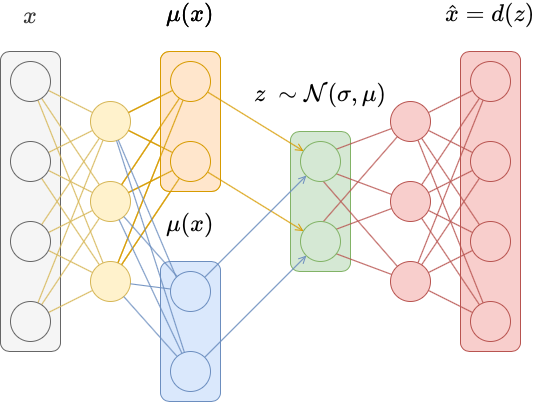
This is assets/vae/variational-autoencoder.png from avandekleut/avandekleut.github.io, a draw.io export, as it was before one commit. Source tidied: cells renumbered, new cells last; positions are measured from the earlier drawing's top-left corner, leaving out a move shared by most shapes. The source it was exported from:
```xml
<mxGraphModel math="1">
  <root>
    <mxCell id="0" />
    <mxCell id="1" parent="0" />
    <mxCell id="2" value="$$z\ \sim \mathcal{N}(\sigma, \mu)$$" style="rounded=1;whiteSpace=wrap;html=1;fontSize=20;verticalAlign=bottom;fillColor=#d5e8d4;strokeColor=#82b366;labelPosition=center;verticalLabelPosition=top;align=center;" parent="1" vertex="1">
      <mxGeometry x="290" y="80" width="60" height="140" as="geometry" />
    </mxCell>
    <mxCell id="3" style="ellipse;whiteSpace=wrap;html=1;fillColor=#dae8fc;strokeColor=#6c8ebf;labelPosition=center;verticalLabelPosition=bottom;align=center;verticalAlign=top;" parent="1" vertex="1">
      <mxGeometry x="170" y="300" width="40" height="40" as="geometry" />
    </mxCell>
    <mxCell id="4" style="ellipse;whiteSpace=wrap;html=1;fillColor=#dae8fc;strokeColor=#6c8ebf;labelPosition=center;verticalLabelPosition=bottom;align=center;verticalAlign=top;" parent="1" vertex="1">
      <mxGeometry x="170" y="220" width="40" height="40" as="geometry" />
    </mxCell>
    <mxCell id="5" value="$$\mu(x)$$" style="rounded=1;whiteSpace=wrap;html=1;fontSize=20;verticalAlign=bottom;fillColor=#dae8fc;strokeColor=#6c8ebf;labelPosition=center;verticalLabelPosition=top;align=center;" parent="1" vertex="1">
      <mxGeometry x="160" y="210" width="60" height="140" as="geometry" />
    </mxCell>
    <mxCell id="6" value="$$\hat{x}= d(z)$$" style="rounded=1;whiteSpace=wrap;html=1;fontSize=20;verticalAlign=bottom;fillColor=#f8cecc;strokeColor=#b85450;labelPosition=center;verticalLabelPosition=top;align=center;" parent="1" vertex="1">
      <mxGeometry x="460" width="60" height="300" as="geometry" />
    </mxCell>
    <mxCell id="7" value="$$\mu(x)$$" style="rounded=1;whiteSpace=wrap;html=1;fontSize=20;verticalAlign=bottom;fillColor=#ffe6cc;strokeColor=#d79b00;labelPosition=center;verticalLabelPosition=top;align=center;" parent="1" vertex="1">
      <mxGeometry x="160" width="60" height="140" as="geometry" />
    </mxCell>
    <mxCell id="8" value="$$x$$" style="rounded=1;whiteSpace=wrap;html=1;fontSize=20;verticalAlign=bottom;fillColor=#f5f5f5;strokeColor=#666666;fontColor=#333333;labelPosition=center;verticalLabelPosition=top;align=center;" parent="1" vertex="1">
      <mxGeometry width="60" height="300" as="geometry" />
    </mxCell>
    <mxCell id="9" style="rounded=0;jettySize=auto;html=1;endArrow=none;endFill=0;fillColor=#fff2cc;strokeColor=#d6b656;" parent="1" edge="1" source="12" target="33">
      <mxGeometry relative="1" as="geometry" />
    </mxCell>
    <mxCell id="10" style="edgeStyle=none;rounded=0;jettySize=auto;html=1;endArrow=none;endFill=0;fillColor=#fff2cc;strokeColor=#d6b656;" parent="1" edge="1" source="12" target="30">
      <mxGeometry relative="1" as="geometry" />
    </mxCell>
    <mxCell id="11" style="edgeStyle=none;rounded=0;jettySize=auto;html=1;endArrow=none;endFill=0;fillColor=#fff2cc;strokeColor=#d6b656;" parent="1" edge="1" source="12" target="27">
      <mxGeometry relative="1" as="geometry" />
    </mxCell>
    <mxCell id="12" style="ellipse;whiteSpace=wrap;html=1;fillColor=#f5f5f5;strokeColor=#666666;fontColor=#333333;" parent="1" vertex="1">
      <mxGeometry x="10" y="10" width="40" height="40" as="geometry" />
    </mxCell>
    <mxCell id="13" style="edgeStyle=none;rounded=0;jettySize=auto;html=1;endArrow=none;endFill=0;fillColor=#fff2cc;strokeColor=#d6b656;" parent="1" edge="1" source="16" target="33">
      <mxGeometry relative="1" as="geometry" />
    </mxCell>
    <mxCell id="14" style="edgeStyle=none;rounded=0;jettySize=auto;html=1;endArrow=none;endFill=0;fillColor=#fff2cc;strokeColor=#d6b656;" parent="1" edge="1" source="16" target="30">
      <mxGeometry relative="1" as="geometry" />
    </mxCell>
    <mxCell id="15" style="edgeStyle=none;rounded=0;jettySize=auto;html=1;endArrow=none;endFill=0;fillColor=#fff2cc;strokeColor=#d6b656;" parent="1" edge="1" source="16" target="27">
      <mxGeometry relative="1" as="geometry" />
    </mxCell>
    <mxCell id="16" style="ellipse;whiteSpace=wrap;html=1;fillColor=#f5f5f5;strokeColor=#666666;fontColor=#333333;" parent="1" vertex="1">
      <mxGeometry x="10" y="90" width="40" height="40" as="geometry" />
    </mxCell>
    <mxCell id="17" style="edgeStyle=none;rounded=0;jettySize=auto;html=1;endArrow=none;endFill=0;fillColor=#fff2cc;strokeColor=#d6b656;" parent="1" edge="1" source="20" target="33">
      <mxGeometry relative="1" as="geometry" />
    </mxCell>
    <mxCell id="18" style="edgeStyle=none;rounded=0;jettySize=auto;html=1;endArrow=none;endFill=0;fillColor=#fff2cc;strokeColor=#d6b656;" parent="1" edge="1" source="20" target="30">
      <mxGeometry relative="1" as="geometry" />
    </mxCell>
    <mxCell id="19" style="edgeStyle=none;rounded=0;jettySize=auto;html=1;endArrow=none;endFill=0;fillColor=#fff2cc;strokeColor=#d6b656;" parent="1" edge="1" source="20" target="27">
      <mxGeometry relative="1" as="geometry" />
    </mxCell>
    <mxCell id="20" style="ellipse;whiteSpace=wrap;html=1;fillColor=#f5f5f5;strokeColor=#666666;fontColor=#333333;" parent="1" vertex="1">
      <mxGeometry x="10" y="170" width="40" height="40" as="geometry" />
    </mxCell>
    <mxCell id="21" style="edgeStyle=none;rounded=0;jettySize=auto;html=1;endArrow=none;endFill=0;fillColor=#fff2cc;strokeColor=#d6b656;" parent="1" edge="1" source="24" target="33">
      <mxGeometry relative="1" as="geometry" />
    </mxCell>
    <mxCell id="22" style="edgeStyle=none;rounded=0;jettySize=auto;html=1;endArrow=none;endFill=0;fillColor=#fff2cc;strokeColor=#d6b656;" parent="1" edge="1" source="24" target="30">
      <mxGeometry relative="1" as="geometry" />
    </mxCell>
    <mxCell id="23" style="edgeStyle=none;rounded=0;jettySize=auto;html=1;endArrow=none;endFill=0;fillColor=#fff2cc;strokeColor=#d6b656;" parent="1" edge="1" source="24" target="27">
      <mxGeometry relative="1" as="geometry" />
    </mxCell>
    <mxCell id="24" style="ellipse;whiteSpace=wrap;html=1;fillColor=#f5f5f5;strokeColor=#666666;fontColor=#333333;" parent="1" vertex="1">
      <mxGeometry x="10" y="250" width="40" height="40" as="geometry" />
    </mxCell>
    <mxCell id="25" style="edgeStyle=none;rounded=0;jettySize=auto;html=1;endArrow=none;endFill=0;fillColor=#ffe6cc;strokeColor=#d79b00;" parent="1" edge="1" source="27" target="34">
      <mxGeometry relative="1" as="geometry" />
    </mxCell>
    <mxCell id="26" style="edgeStyle=none;rounded=0;jettySize=auto;html=1;endArrow=none;endFill=0;fillColor=#ffe6cc;strokeColor=#d79b00;" parent="1" edge="1" source="27" target="35">
      <mxGeometry relative="1" as="geometry" />
    </mxCell>
    <mxCell id="27" style="ellipse;whiteSpace=wrap;html=1;fillColor=#fff2cc;strokeColor=#d6b656;" parent="1" vertex="1">
      <mxGeometry x="90" y="210" width="40" height="40" as="geometry" />
    </mxCell>
    <mxCell id="28" style="edgeStyle=none;rounded=0;jettySize=auto;html=1;endArrow=none;endFill=0;fillColor=#ffe6cc;strokeColor=#d79b00;" parent="1" edge="1" source="30" target="34">
      <mxGeometry relative="1" as="geometry" />
    </mxCell>
    <mxCell id="29" style="edgeStyle=none;rounded=0;jettySize=auto;html=1;endArrow=none;endFill=0;fillColor=#ffe6cc;strokeColor=#d79b00;" parent="1" edge="1" source="30" target="35">
      <mxGeometry relative="1" as="geometry" />
    </mxCell>
    <mxCell id="30" style="ellipse;whiteSpace=wrap;html=1;fillColor=#fff2cc;strokeColor=#d6b656;" parent="1" vertex="1">
      <mxGeometry x="90" y="130" width="40" height="40" as="geometry" />
    </mxCell>
    <mxCell id="31" style="edgeStyle=none;rounded=0;jettySize=auto;html=1;endArrow=none;endFill=0;fillColor=#ffe6cc;strokeColor=#d79b00;" parent="1" edge="1" source="33" target="34">
      <mxGeometry relative="1" as="geometry" />
    </mxCell>
    <mxCell id="32" style="edgeStyle=none;rounded=0;jettySize=auto;html=1;endArrow=none;endFill=0;fillColor=#ffe6cc;strokeColor=#d79b00;" parent="1" edge="1" source="33" target="35">
      <mxGeometry relative="1" as="geometry" />
    </mxCell>
    <mxCell id="33" style="ellipse;whiteSpace=wrap;html=1;fillColor=#fff2cc;strokeColor=#d6b656;" parent="1" vertex="1">
      <mxGeometry x="90" y="50" width="40" height="40" as="geometry" />
    </mxCell>
    <mxCell id="34" style="ellipse;whiteSpace=wrap;html=1;fillColor=#ffe6cc;strokeColor=#d79b00;" parent="1" vertex="1">
      <mxGeometry x="170" y="10" width="40" height="40" as="geometry" />
    </mxCell>
    <mxCell id="35" style="ellipse;whiteSpace=wrap;html=1;fillColor=#ffe6cc;strokeColor=#d79b00;" parent="1" vertex="1">
      <mxGeometry x="170" y="90" width="40" height="40" as="geometry" />
    </mxCell>
    <mxCell id="36" style="ellipse;whiteSpace=wrap;html=1;fillColor=#f8cecc;strokeColor=#b85450;direction=east;rotation=-180;" parent="1" vertex="1">
      <mxGeometry x="470" y="250" width="40" height="40" as="geometry" />
    </mxCell>
    <mxCell id="37" style="ellipse;whiteSpace=wrap;html=1;fillColor=#f8cecc;strokeColor=#b85450;direction=east;rotation=-180;" parent="1" vertex="1">
      <mxGeometry x="470" y="170" width="40" height="40" as="geometry" />
    </mxCell>
    <mxCell id="38" style="ellipse;whiteSpace=wrap;html=1;fillColor=#f8cecc;strokeColor=#b85450;direction=east;rotation=-180;" parent="1" vertex="1">
      <mxGeometry x="470" y="90" width="40" height="40" as="geometry" />
    </mxCell>
    <mxCell id="39" style="ellipse;whiteSpace=wrap;html=1;fillColor=#f8cecc;strokeColor=#b85450;direction=east;rotation=-180;" parent="1" vertex="1">
      <mxGeometry x="470" y="10" width="40" height="40" as="geometry" />
    </mxCell>
    <mxCell id="40" style="ellipse;whiteSpace=wrap;html=1;fillColor=#f8cecc;strokeColor=#b85450;direction=east;rotation=-180;" parent="1" vertex="1">
      <mxGeometry x="390" y="50" width="40" height="40" as="geometry" />
    </mxCell>
    <mxCell id="41" style="edgeStyle=none;rounded=0;jettySize=auto;html=1;endArrow=none;endFill=0;fillColor=#f8cecc;strokeColor=#b85450;" parent="1" edge="1" source="36" target="40">
      <mxGeometry relative="1" as="geometry" />
    </mxCell>
    <mxCell id="42" style="edgeStyle=none;rounded=0;jettySize=auto;html=1;endArrow=none;endFill=0;fillColor=#f8cecc;strokeColor=#b85450;" parent="1" edge="1" source="37" target="40">
      <mxGeometry relative="1" as="geometry" />
    </mxCell>
    <mxCell id="43" style="edgeStyle=none;rounded=0;jettySize=auto;html=1;endArrow=none;endFill=0;fillColor=#f8cecc;strokeColor=#b85450;" parent="1" edge="1" source="38" target="40">
      <mxGeometry relative="1" as="geometry" />
    </mxCell>
    <mxCell id="44" style="edgeStyle=none;rounded=0;jettySize=auto;html=1;endArrow=none;endFill=0;fillColor=#f8cecc;strokeColor=#b85450;" parent="1" edge="1" source="39" target="40">
      <mxGeometry relative="1" as="geometry" />
    </mxCell>
    <mxCell id="45" style="ellipse;whiteSpace=wrap;html=1;fillColor=#f8cecc;strokeColor=#b85450;direction=east;rotation=-180;" parent="1" vertex="1">
      <mxGeometry x="390" y="130" width="40" height="40" as="geometry" />
    </mxCell>
    <mxCell id="46" style="edgeStyle=none;rounded=0;jettySize=auto;html=1;endArrow=none;endFill=0;fillColor=#f8cecc;strokeColor=#b85450;" parent="1" edge="1" source="36" target="45">
      <mxGeometry relative="1" as="geometry" />
    </mxCell>
    <mxCell id="47" style="edgeStyle=none;rounded=0;jettySize=auto;html=1;endArrow=none;endFill=0;fillColor=#f8cecc;strokeColor=#b85450;" parent="1" edge="1" source="37" target="45">
      <mxGeometry relative="1" as="geometry" />
    </mxCell>
    <mxCell id="48" style="edgeStyle=none;rounded=0;jettySize=auto;html=1;endArrow=none;endFill=0;fillColor=#f8cecc;strokeColor=#b85450;" parent="1" edge="1" source="38" target="45">
      <mxGeometry relative="1" as="geometry" />
    </mxCell>
    <mxCell id="49" style="edgeStyle=none;rounded=0;jettySize=auto;html=1;endArrow=none;endFill=0;fillColor=#f8cecc;strokeColor=#b85450;" parent="1" edge="1" source="39" target="45">
      <mxGeometry relative="1" as="geometry" />
    </mxCell>
    <mxCell id="50" style="ellipse;whiteSpace=wrap;html=1;fillColor=#f8cecc;strokeColor=#b85450;direction=east;rotation=-180;" parent="1" vertex="1">
      <mxGeometry x="390" y="210" width="40" height="40" as="geometry" />
    </mxCell>
    <mxCell id="51" style="rounded=0;jettySize=auto;html=1;endArrow=none;endFill=0;fillColor=#f8cecc;strokeColor=#b85450;" parent="1" edge="1" source="36" target="50">
      <mxGeometry relative="1" as="geometry" />
    </mxCell>
    <mxCell id="52" style="edgeStyle=none;rounded=0;jettySize=auto;html=1;endArrow=none;endFill=0;fillColor=#f8cecc;strokeColor=#b85450;" parent="1" edge="1" source="37" target="50">
      <mxGeometry relative="1" as="geometry" />
    </mxCell>
    <mxCell id="53" style="edgeStyle=none;rounded=0;jettySize=auto;html=1;endArrow=none;endFill=0;fillColor=#f8cecc;strokeColor=#b85450;" parent="1" edge="1" source="38" target="50">
      <mxGeometry relative="1" as="geometry" />
    </mxCell>
    <mxCell id="54" style="edgeStyle=none;rounded=0;jettySize=auto;html=1;endArrow=none;endFill=0;fillColor=#f8cecc;strokeColor=#b85450;" parent="1" edge="1" source="39" target="50">
      <mxGeometry relative="1" as="geometry" />
    </mxCell>
    <mxCell id="55" style="edgeStyle=none;rounded=0;jettySize=auto;html=1;endArrow=none;endFill=0;fillColor=#f8cecc;strokeColor=#b85450;" parent="1" edge="1" source="40">
      <mxGeometry relative="1" as="geometry">
        <mxPoint x="320" y="173.4" as="targetPoint" />
      </mxGeometry>
    </mxCell>
    <mxCell id="56" style="edgeStyle=none;rounded=0;jettySize=auto;html=1;endArrow=none;endFill=0;fillColor=#f8cecc;strokeColor=#b85450;" parent="1" edge="1" source="45">
      <mxGeometry relative="1" as="geometry">
        <mxPoint x="326.8" y="181.1" as="targetPoint" />
      </mxGeometry>
    </mxCell>
    <mxCell id="57" style="edgeStyle=none;rounded=0;jettySize=auto;html=1;endArrow=none;endFill=0;fillColor=#f8cecc;strokeColor=#b85450;" parent="1" edge="1" source="50">
      <mxGeometry relative="1" as="geometry">
        <mxPoint x="326.8" y="198.9" as="targetPoint" />
      </mxGeometry>
    </mxCell>
    <mxCell id="58" style="edgeStyle=none;rounded=0;jettySize=auto;html=1;endArrow=none;endFill=0;fillColor=#f8cecc;strokeColor=#b85450;" parent="1" edge="1" source="40">
      <mxGeometry relative="1" as="geometry">
        <mxPoint x="326.8" y="101.1" as="targetPoint" />
      </mxGeometry>
    </mxCell>
    <mxCell id="59" style="edgeStyle=none;rounded=0;jettySize=auto;html=1;endArrow=none;endFill=0;fillColor=#f8cecc;strokeColor=#b85450;" parent="1" edge="1" source="45">
      <mxGeometry relative="1" as="geometry">
        <mxPoint x="326.8" y="118.9" as="targetPoint" />
      </mxGeometry>
    </mxCell>
    <mxCell id="60" style="edgeStyle=none;rounded=0;jettySize=auto;html=1;endArrow=none;endFill=0;fillColor=#f8cecc;strokeColor=#b85450;" parent="1" edge="1" source="50">
      <mxGeometry relative="1" as="geometry">
        <mxPoint x="320" y="126.6" as="targetPoint" />
      </mxGeometry>
    </mxCell>
    <mxCell id="61" value="$$\mu(x)$$" style="rounded=1;whiteSpace=wrap;html=1;fontSize=20;verticalAlign=bottom;fillColor=#ffe6cc;strokeColor=#d79b00;labelPosition=center;verticalLabelPosition=top;align=center;" parent="1" vertex="1">
      <mxGeometry x="160" width="60" height="140" as="geometry" />
    </mxCell>
    <mxCell id="62" style="edgeStyle=none;rounded=0;jettySize=auto;html=1;endArrow=none;endFill=0;fillColor=#ffe6cc;strokeColor=#d79b00;" parent="1" edge="1" target="69">
      <mxGeometry relative="1" as="geometry">
        <mxPoint x="117.4" y="211.4" as="sourcePoint" />
      </mxGeometry>
    </mxCell>
    <mxCell id="63" style="edgeStyle=none;rounded=0;jettySize=auto;html=1;endArrow=none;endFill=0;fillColor=#ffe6cc;strokeColor=#d79b00;" parent="1" edge="1" target="71">
      <mxGeometry relative="1" as="geometry">
        <mxPoint x="121" y="213.3" as="sourcePoint" />
      </mxGeometry>
    </mxCell>
    <mxCell id="64" style="edgeStyle=none;rounded=0;jettySize=auto;html=1;endArrow=none;endFill=0;fillColor=#ffe6cc;strokeColor=#d79b00;" parent="1" edge="1" target="69">
      <mxGeometry relative="1" as="geometry">
        <mxPoint x="121" y="133.3" as="sourcePoint" />
      </mxGeometry>
    </mxCell>
    <mxCell id="65" style="edgeStyle=none;rounded=0;jettySize=auto;html=1;endArrow=none;endFill=0;fillColor=#ffe6cc;strokeColor=#d79b00;" parent="1" edge="1" target="71">
      <mxGeometry relative="1" as="geometry">
        <mxPoint x="127.9" y="141.1" as="sourcePoint" />
      </mxGeometry>
    </mxCell>
    <mxCell id="66" style="edgeStyle=none;rounded=0;jettySize=auto;html=1;endArrow=none;endFill=0;fillColor=#ffe6cc;strokeColor=#d79b00;" parent="1" edge="1" target="69">
      <mxGeometry relative="1" as="geometry">
        <mxPoint x="127.9" y="61.1" as="sourcePoint" />
      </mxGeometry>
    </mxCell>
    <mxCell id="67" style="edgeStyle=none;rounded=0;jettySize=auto;html=1;endArrow=none;endFill=0;fillColor=#ffe6cc;strokeColor=#d79b00;" parent="1" edge="1" target="71">
      <mxGeometry relative="1" as="geometry">
        <mxPoint x="127.9" y="78.9" as="sourcePoint" />
      </mxGeometry>
    </mxCell>
    <mxCell id="68" style="edgeStyle=none;rounded=0;jettySize=auto;html=1;endArrow=open;endFill=0;fillColor=#ffe6cc;strokeColor=#d79b00;" parent="1" edge="1" source="69" target="76">
      <mxGeometry relative="1" as="geometry" />
    </mxCell>
    <mxCell id="69" style="ellipse;whiteSpace=wrap;html=1;fillColor=#ffe6cc;strokeColor=#d79b00;" parent="1" vertex="1">
      <mxGeometry x="170" y="10" width="40" height="40" as="geometry" />
    </mxCell>
    <mxCell id="70" style="edgeStyle=none;rounded=0;jettySize=auto;html=1;endArrow=open;endFill=0;fillColor=#ffe6cc;strokeColor=#d79b00;" parent="1" edge="1" source="71" target="77">
      <mxGeometry relative="1" as="geometry" />
    </mxCell>
    <mxCell id="71" style="ellipse;whiteSpace=wrap;html=1;fillColor=#ffe6cc;strokeColor=#d79b00;" parent="1" vertex="1">
      <mxGeometry x="170" y="90" width="40" height="40" as="geometry" />
    </mxCell>
    <mxCell id="72" style="edgeStyle=none;rounded=0;jettySize=auto;html=1;endArrow=open;endFill=0;fillColor=#dae8fc;strokeColor=#6c8ebf;" parent="1" edge="1" source="73" target="76">
      <mxGeometry relative="1" as="geometry" />
    </mxCell>
    <mxCell id="73" style="ellipse;whiteSpace=wrap;html=1;fillColor=#dae8fc;strokeColor=#6c8ebf;labelPosition=center;verticalLabelPosition=bottom;align=center;verticalAlign=top;" parent="1" vertex="1">
      <mxGeometry x="170" y="220" width="40" height="40" as="geometry" />
    </mxCell>
    <mxCell id="74" style="edgeStyle=none;rounded=0;jettySize=auto;html=1;endArrow=open;endFill=0;fillColor=#dae8fc;strokeColor=#6c8ebf;" parent="1" edge="1" source="75" target="77">
      <mxGeometry relative="1" as="geometry" />
    </mxCell>
    <mxCell id="75" style="ellipse;whiteSpace=wrap;html=1;fillColor=#dae8fc;strokeColor=#6c8ebf;labelPosition=center;verticalLabelPosition=bottom;align=center;verticalAlign=top;" parent="1" vertex="1">
      <mxGeometry x="170" y="300" width="40" height="40" as="geometry" />
    </mxCell>
    <mxCell id="76" style="ellipse;whiteSpace=wrap;html=1;fillColor=#d5e8d4;strokeColor=#82b366;" parent="1" vertex="1">
      <mxGeometry x="300" y="90" width="40" height="40" as="geometry" />
    </mxCell>
    <mxCell id="77" style="ellipse;whiteSpace=wrap;html=1;fillColor=#d5e8d4;strokeColor=#82b366;" parent="1" vertex="1">
      <mxGeometry x="300" y="170" width="40" height="40" as="geometry" />
    </mxCell>
    <mxCell id="78" style="rounded=0;jettySize=auto;html=1;endArrow=none;endFill=0;fillColor=#dae8fc;strokeColor=#6c8ebf;" parent="1" edge="1" source="27" target="3">
      <mxGeometry relative="1" as="geometry" />
    </mxCell>
    <mxCell id="79" style="edgeStyle=none;rounded=0;jettySize=auto;html=1;endArrow=none;endFill=0;fillColor=#dae8fc;strokeColor=#6c8ebf;" parent="1" edge="1" source="27" target="4">
      <mxGeometry relative="1" as="geometry" />
    </mxCell>
    <mxCell id="80" style="edgeStyle=none;rounded=0;jettySize=auto;html=1;endArrow=none;endFill=0;fillColor=#dae8fc;strokeColor=#6c8ebf;" parent="1" edge="1" source="30" target="3">
      <mxGeometry relative="1" as="geometry" />
    </mxCell>
    <mxCell id="81" style="edgeStyle=none;rounded=0;jettySize=auto;html=1;endArrow=none;endFill=0;fillColor=#dae8fc;strokeColor=#6c8ebf;" parent="1" edge="1" source="30" target="4">
      <mxGeometry relative="1" as="geometry" />
    </mxCell>
    <mxCell id="82" style="edgeStyle=none;rounded=0;jettySize=auto;html=1;endArrow=none;endFill=0;fillColor=#dae8fc;strokeColor=#6c8ebf;" parent="1" edge="1" source="33" target="3">
      <mxGeometry relative="1" as="geometry" />
    </mxCell>
    <mxCell id="83" style="edgeStyle=none;rounded=0;jettySize=auto;html=1;entryX=0;entryY=0;entryDx=0;entryDy=0;endArrow=none;endFill=0;fillColor=#dae8fc;strokeColor=#6c8ebf;" parent="1" edge="1" source="33" target="4">
      <mxGeometry relative="1" as="geometry" />
    </mxCell>
  </root>
</mxGraphModel>
```
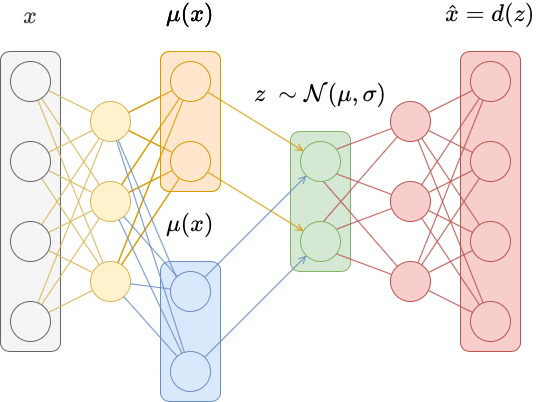
The same file after the commit.

Change to the diagram source:
```diff
@@ -2,7 +2,7 @@
   <root>
     <mxCell id="0" />
     <mxCell id="1" parent="0" />
-    <mxCell id="2" value="$$z\ \sim \mathcal{N}(\sigma, \mu)$$" style="rounded=1;whiteSpace=wrap;html=1;fontSize=20;verticalAlign=bottom;fillColor=#d5e8d4;strokeColor=#82b366;labelPosition=center;verticalLabelPosition=top;align=center;" parent="1" vertex="1">
+    <mxCell id="2" value="$$z\ \sim \mathcal{N}(\mu, \sigma)$$" style="rounded=1;whiteSpace=wrap;html=1;fontSize=20;verticalAlign=bottom;fillColor=#d5e8d4;strokeColor=#82b366;labelPosition=center;verticalLabelPosition=top;align=center;" parent="1" vertex="1">
       <mxGeometry x="290" y="80" width="60" height="140" as="geometry" />
     </mxCell>
     <mxCell id="3" style="ellipse;whiteSpace=wrap;html=1;fillColor=#dae8fc;strokeColor=#6c8ebf;labelPosition=center;verticalLabelPosition=bottom;align=center;verticalAlign=top;" parent="1" vertex="1">
```
